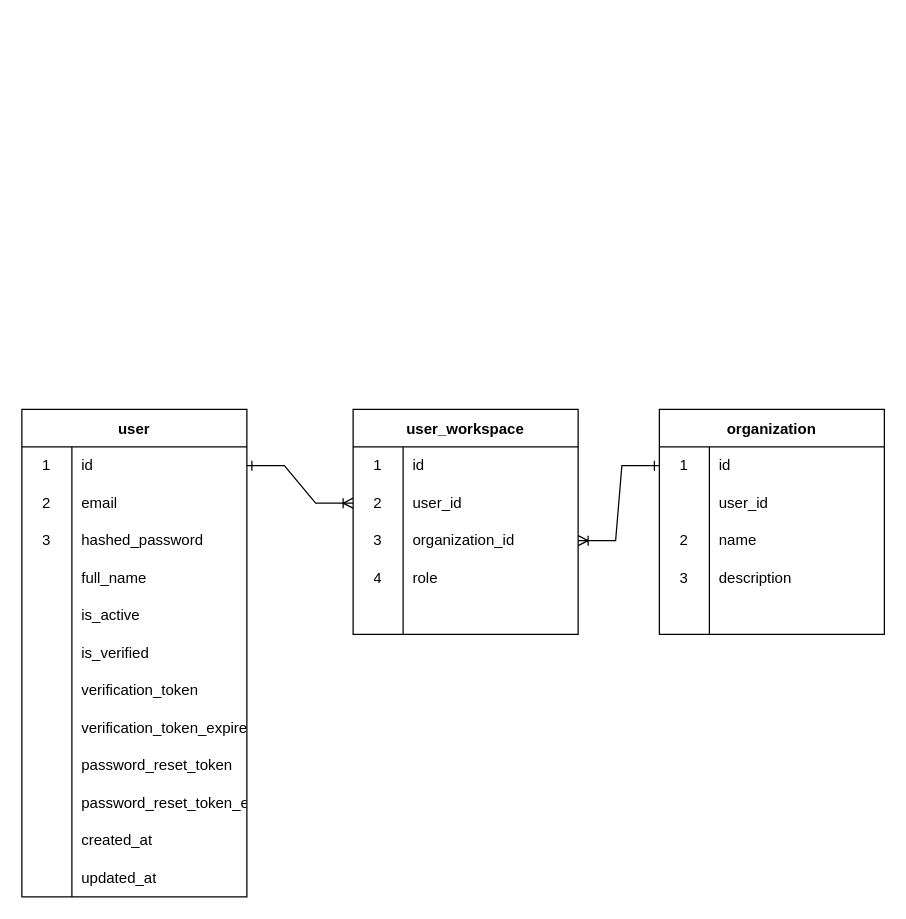
Earlier version of the draw.io diagram project.drawio (danirisdiandita/Open-Brain). Source tidied: cells renumbered, new cells numbered last; positions are measured from the earlier drawing's top-left corner, leaving out a move shared by most shapes. Both pictures are drawn from the tidied source at 125%, with x=0, y=0 at pixel (21, 409).
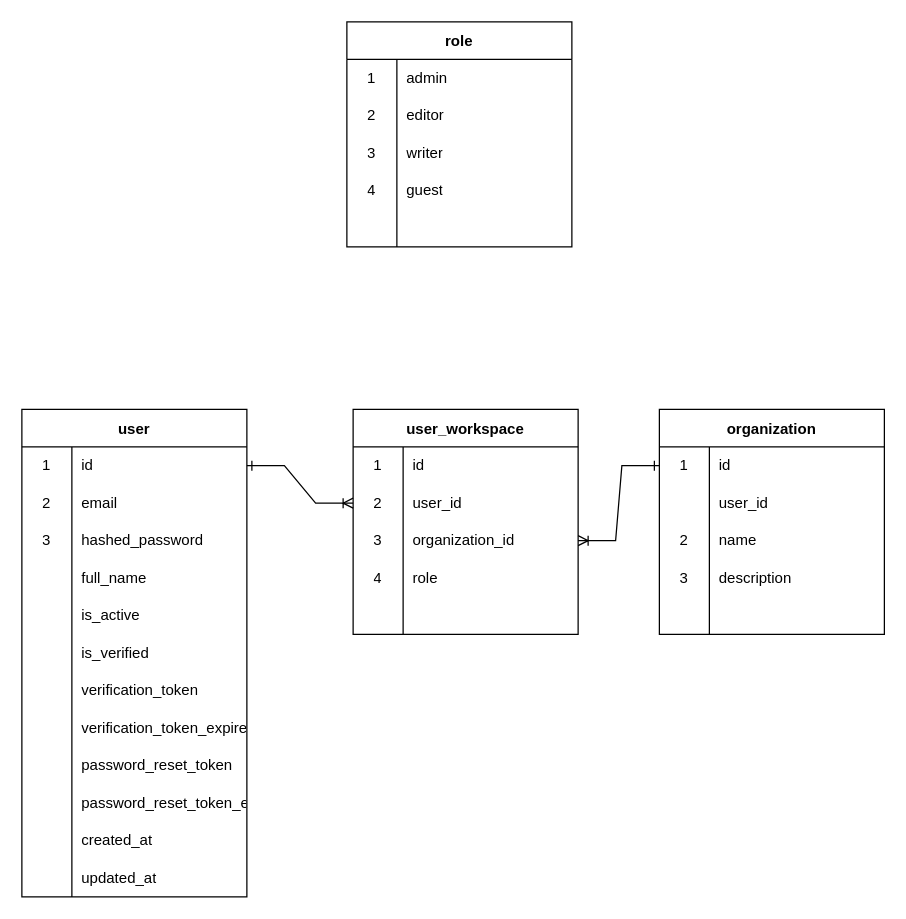
Above is the later version.

Diff of the diagram source:
```diff
@@
+    <mxCell id="73" value="role" style="shape=table;startSize=30;childLayout=tableLayout;rowLines=0;fontStyle=1;" parent="1" vertex="1">
+      <mxGeometry x="260" y="-310" width="180" height="180" as="geometry" />
+    </mxCell>
+    <mxCell id="74" style="shape=tableRow;horizontal=0;startSize=0;swimlaneHead=0;swimlaneBody=0;top=0;left=0;bottom=0;right=0;fillColor=none;" parent="73" vertex="1">
+      <mxGeometry y="30" width="180" height="30" as="geometry" />
+    </mxCell>
+    <mxCell id="75" value="1" style="shape=partialRectangle;html=1;whiteSpace=wrap;fillColor=none;top=0;left=0;bottom=0;right=0;overflow=hidden;" parent="74" vertex="1">
+      <mxGeometry width="40" height="30" as="geometry" />
+    </mxCell>
+    <mxCell id="76" value="admin" style="shape=partialRectangle;html=1;whiteSpace=wrap;fillColor=none;top=0;left=0;bottom=0;right=0;align=left;spacingLeft=6;overflow=hidden;" parent="74" vertex="1">
+      <mxGeometry x="40" width="140" height="30" as="geometry" />
+    </mxCell>
+    <mxCell id="77" style="shape=tableRow;horizontal=0;startSize=0;swimlaneHead=0;swimlaneBody=0;top=0;left=0;bottom=0;right=0;fillColor=none;" parent="73" vertex="1">
+      <mxGeometry y="60" width="180" height="30" as="geometry" />
+    </mxCell>
+    <mxCell id="78" value="2" style="shape=partialRectangle;html=1;whiteSpace=wrap;fillColor=none;top=0;left=0;bottom=0;right=0;overflow=hidden;" parent="77" vertex="1">
+      <mxGeometry width="40" height="30" as="geometry" />
+    </mxCell>
+    <mxCell id="79" value="editor" style="shape=partialRectangle;html=1;whiteSpace=wrap;fillColor=none;top=0;left=0;bottom=0;right=0;align=left;spacingLeft=6;overflow=hidden;" parent="77" vertex="1">
+      <mxGeometry x="40" width="140" height="30" as="geometry" />
+    </mxCell>
+    <mxCell id="80" style="shape=tableRow;horizontal=0;startSize=0;swimlaneHead=0;swimlaneBody=0;top=0;left=0;bottom=0;right=0;fillColor=none;" parent="73" vertex="1">
+      <mxGeometry y="90" width="180" height="30" as="geometry" />
+    </mxCell>
+    <mxCell id="81" value="3" style="shape=partialRectangle;html=1;whiteSpace=wrap;fillColor=none;top=0;left=0;bottom=0;right=0;overflow=hidden;" parent="80" vertex="1">
+      <mxGeometry width="40" height="30" as="geometry" />
+    </mxCell>
+    <mxCell id="82" value="writer" style="shape=partialRectangle;html=1;whiteSpace=wrap;fillColor=none;top=0;left=0;bottom=0;right=0;align=left;spacingLeft=6;overflow=hidden;" parent="80" vertex="1">
+      <mxGeometry x="40" width="140" height="30" as="geometry" />
+    </mxCell>
+    <mxCell id="83" style="shape=tableRow;horizontal=0;startSize=0;swimlaneHead=0;swimlaneBody=0;top=0;left=0;bottom=0;right=0;fillColor=none;" parent="73" vertex="1">
+      <mxGeometry y="120" width="180" height="30" as="geometry" />
+    </mxCell>
+    <mxCell id="84" value="4" style="shape=partialRectangle;html=1;whiteSpace=wrap;fillColor=none;top=0;left=0;bottom=0;right=0;overflow=hidden;" parent="83" vertex="1">
+      <mxGeometry width="40" height="30" as="geometry" />
+    </mxCell>
+    <mxCell id="85" value="guest" style="shape=partialRectangle;html=1;whiteSpace=wrap;fillColor=none;top=0;left=0;bottom=0;right=0;align=left;spacingLeft=6;overflow=hidden;" parent="83" vertex="1">
+      <mxGeometry x="40" width="140" height="30" as="geometry" />
+    </mxCell>
+    <mxCell id="86" style="shape=tableRow;horizontal=0;startSize=0;swimlaneHead=0;swimlaneBody=0;top=0;left=0;bottom=0;right=0;fillColor=none;" parent="73" vertex="1">
+      <mxGeometry y="150" width="180" height="30" as="geometry" />
+    </mxCell>
+    <mxCell id="87" style="shape=partialRectangle;html=1;whiteSpace=wrap;fillColor=none;top=0;left=0;bottom=0;right=0;overflow=hidden;" parent="86" vertex="1">
+      <mxGeometry width="40" height="30" as="geometry" />
+    </mxCell>
+    <mxCell id="88" style="shape=partialRectangle;html=1;whiteSpace=wrap;fillColor=none;top=0;left=0;bottom=0;right=0;align=left;spacingLeft=6;overflow=hidden;" parent="86" vertex="1">
+      <mxGeometry x="40" width="140" height="30" as="geometry" />
+    </mxCell>
```
